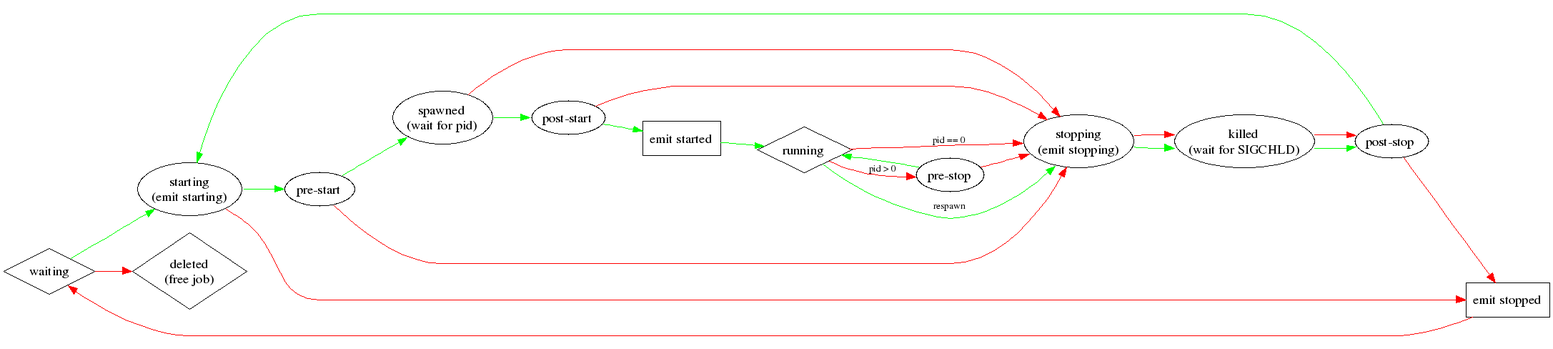
Earlier version of the Graphviz export doc/states.png (ubports/upstart). Its source is kept beside it as doc/states.dot.
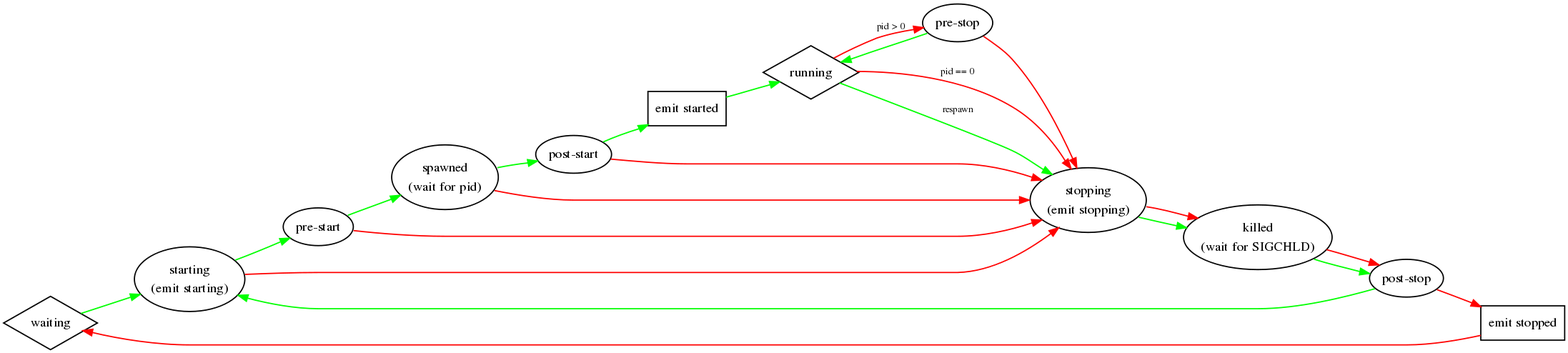
The same file after the commit.

The edit, as a diff of the source:
```diff
@@ -35,12 +35,10 @@
 	killed [label="killed\n(wait for SIGCHLD)"];
 	post_stop [label="post-stop"];
 	emit_stopped [shape=rectangle,label="emit stopped"];
-	deleted [shape=diamond,label="deleted\n(free job)"];
 
 	waiting -> starting [color=green];
-	waiting -> deleted [color=red];
 	starting -> pre_start [color=green];
-	starting -> emit_stopped [color=red];
+	starting -> stopping [color=red];
 	pre_start -> spawned [color=green];
 	pre_start -> stopping [color=red];
 	spawned -> post_start [color=green];
```
